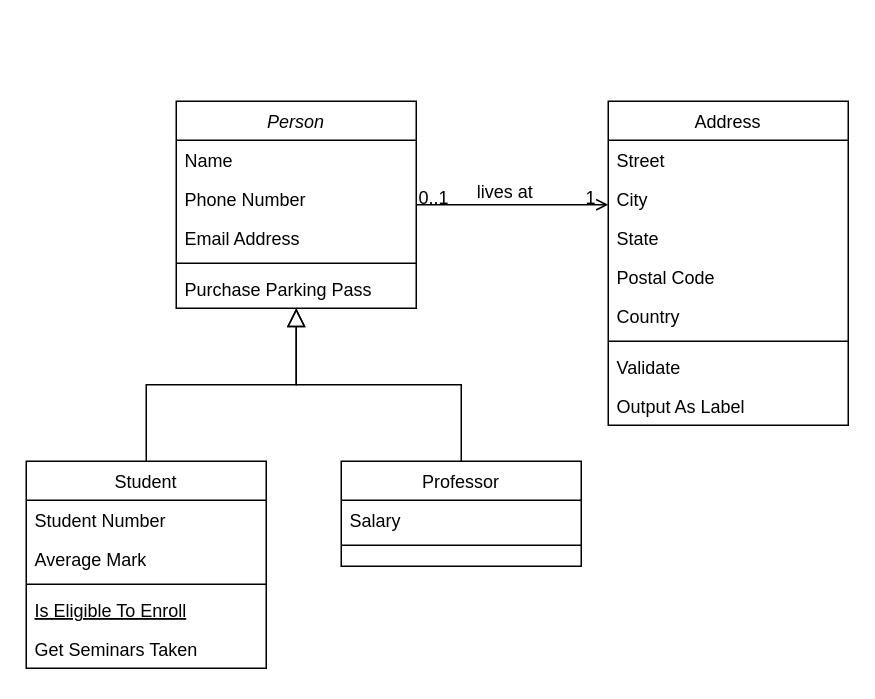
Before: Untitled Diagram.drawio in muhammadbayoumi/RateX, a draw.io diagram. Source tidied: cells renumbered, new cells numbered last; positions are measured from the earlier drawing's top-left corner, leaving out a move shared by most shapes. Both pictures are drawn from the tidied source at 150%, with x=0, y=0 at pixel (26, 100).
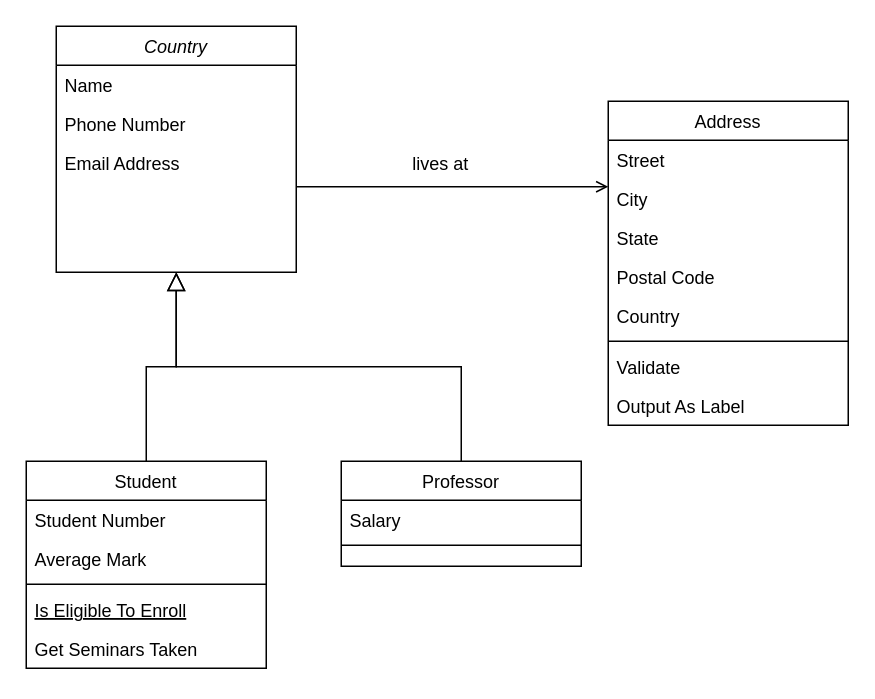
After the change.

The change refers to these unchanged cells:
```xml
<mxCell id="28" style="endArrow=open;shadow=0;strokeWidth=1;rounded=0;curved=0;endFill=1;edgeStyle=elbowEdgeStyle;elbow=vertical;" parent="1" edge="1" source="2" target="19">
  <mxGeometry x="0.5" y="41" relative="1" as="geometry">
    <mxPoint x="-40" y="32" as="offset" />
  </mxGeometry>
</mxCell>
```

Change to the diagram source:
```diff
@@
-    <mxCell id="2" value="Person" style="swimlane;fontStyle=2;align=center;verticalAlign=top;horizontal=1;startSize=26;rounded=0;shadow=0;strokeWidth=1;" parent="1" vertex="1">
-      <mxGeometry x="100" width="160" height="138" as="geometry" />
+    <mxCell id="2" value="Country" style="swimlane;fontStyle=2;align=center;verticalAlign=top;horizontal=1;startSize=26;rounded=0;shadow=0;strokeWidth=1;" parent="1" vertex="1">
+      <mxGeometry x="20" y="-50" width="160" height="164" as="geometry" />
     </mxCell>
@@
-    <mxCell id="6" style="line;html=1;strokeWidth=1;align=left;verticalAlign=middle;spacingTop=-1;spacingLeft=3;spacingRight=3;labelPosition=right;" parent="2" vertex="1">
-      <mxGeometry y="104" width="160" height="8" as="geometry" />
-    </mxCell>
-    <mxCell id="7" value="Purchase Parking Pass" style="text;align=left;verticalAlign=top;spacingLeft=4;spacingRight=4;overflow=hidden;" parent="2" vertex="1">
-      <mxGeometry y="112" width="160" height="26" as="geometry" />
-    </mxCell>
@@
-    <mxCell id="29" value="0..1" style="align=left;verticalAlign=bottom;labelBackgroundColor=none;fontSize=12;" parent="28" vertex="1">
-      <mxGeometry x="-1" relative="1" as="geometry">
-        <mxPoint y="4" as="offset" />
-      </mxGeometry>
-    </mxCell>
-    <mxCell id="30" value="1" style="align=right;verticalAlign=bottom;labelBackgroundColor=none;fontSize=12;" parent="28" vertex="1">
-      <mxGeometry x="1" relative="1" as="geometry">
-        <mxPoint x="-7" y="4" as="offset" />
-      </mxGeometry>
-    </mxCell>
     <mxCell id="31" value="lives at" style="text;html=1;align=center;verticalAlign=middle;labelBackgroundColor=none;rounded=0;shadow=0;strokeWidth=1;fontSize=12;" parent="28" vertex="1">
       <mxGeometry x="0.5" y="49" relative="1" as="geometry">
-        <mxPoint x="-38" y="40" as="offset" />
+        <mxPoint x="-61" y="33" as="offset" />
       </mxGeometry>
     </mxCell>
```
